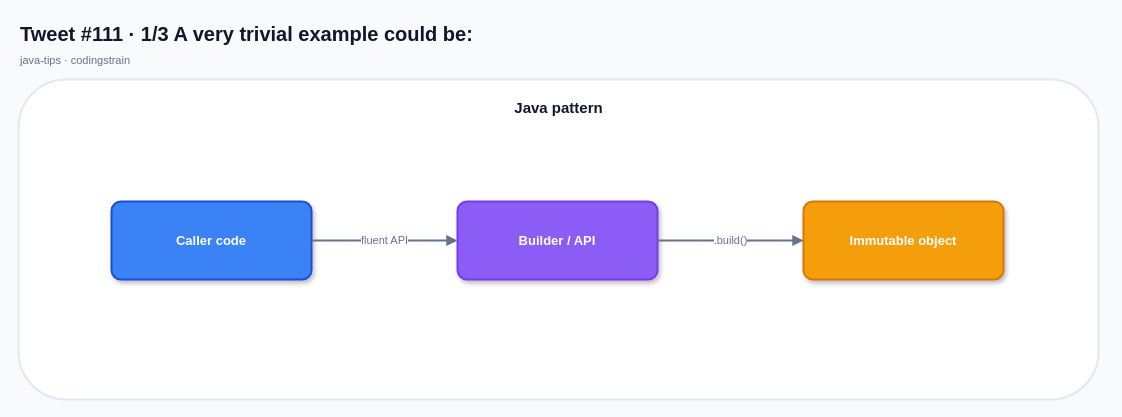
This is x-posts-examples/generated-x-posts/java-posts/drawio/tweet-111.drawio from mcasari/codingstrain, a draw.io file, before an edit. Source tidied: cells renumbered, new cells numbered last; positions are measured from the earlier drawing's top-left corner, leaving out a move shared by most shapes. Both pictures are drawn from the tidied source at 100%, with x=0, y=0 at pixel (18, 17).
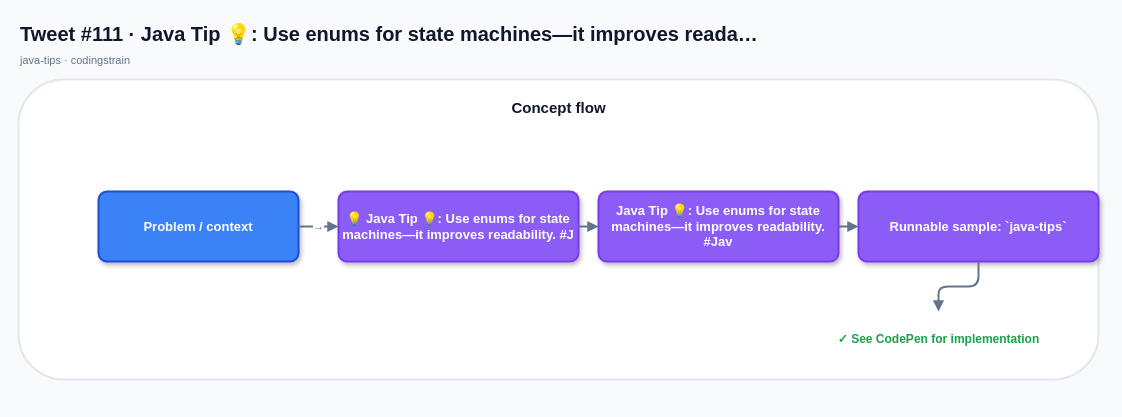
The same diagram, later.

What changed in the source:
```diff
@@
 <mxGraphModel background="#F8FAFC">
   <root>
     <mxCell id="0" />
     <mxCell id="1" parent="0" />
-    <mxCell id="2" value="Tweet #111 · 1/3 A very trivial example could be:" style="text;html=1;strokeColor=none;fillColor=none;align=left;verticalAlign=middle;fontSize=20;fontStyle=1;fontColor=#0F172A;" parent="1" vertex="1">
+    <mxCell id="2" value="Tweet #111 · Java Tip 💡: Use enums for state machines—it improves reada…" style="text;html=1;strokeColor=none;fillColor=none;align=left;verticalAlign=middle;fontSize=20;fontStyle=1;fontColor=#0F172A;" parent="1" vertex="1">
       <mxGeometry width="760" height="32" as="geometry" />
     </mxCell>
     <mxCell id="3" value="java-tips · codingstrain" style="text;html=1;strokeColor=none;fillColor=none;align=left;verticalAlign=middle;fontSize=11;fontStyle=0;fontColor=#64748B;" parent="1" vertex="1">
       <mxGeometry y="32" width="520" height="22" as="geometry" />
     </mxCell>
     <mxCell id="4" style="rounded=1;fillColor=#FFFFFF;strokeColor=#E2E8F0;strokeWidth=2;shadow=0;" parent="1" vertex="1">
-      <mxGeometry y="62" width="1080" height="320" as="geometry" />
+      <mxGeometry y="62" width="1080" height="300" as="geometry" />
     </mxCell>
-    <mxCell id="5" value="Java pattern" style="text;html=1;strokeColor=none;fillColor=none;align=center;verticalAlign=middle;fontSize=15;fontStyle=1;fontColor=#0F172A;" parent="1" vertex="1">
+    <mxCell id="5" value="Concept flow" style="text;html=1;strokeColor=none;fillColor=none;align=center;verticalAlign=middle;fontSize=15;fontStyle=1;fontColor=#0F172A;" parent="1" vertex="1">
       <mxGeometry x="20" y="76" width="1040" height="28" as="geometry" />
     </mxCell>
-    <mxCell id="6" value="Caller code" style="rounded=1;whiteSpace=wrap;html=1;arcSize=12;fillColor=#3B82F6;strokeColor=#1D4ED8;strokeWidth=2;fontColor=#FFFFFF;fontSize=13;fontStyle=1;shadow=1;align=center;verticalAlign=middle;" parent="1" vertex="1">
-      <mxGeometry x="93" y="184" width="200" height="78" as="geometry" />
+    <mxCell id="6" value="Problem / context" style="rounded=1;whiteSpace=wrap;html=1;arcSize=12;fillColor=#3B82F6;strokeColor=#1D4ED8;strokeWidth=2;fontColor=#FFFFFF;fontSize=13;fontStyle=1;shadow=1;align=center;verticalAlign=middle;" parent="1" vertex="1">
+      <mxGeometry x="80" y="174" width="200" height="70" as="geometry" />
     </mxCell>
-    <mxCell id="7" value="Builder / API" style="rounded=1;whiteSpace=wrap;html=1;arcSize=12;fillColor=#8B5CF6;strokeColor=#7C3AED;strokeWidth=2;fontColor=#FFFFFF;fontSize=13;fontStyle=1;shadow=1;align=center;verticalAlign=middle;" parent="1" vertex="1">
-      <mxGeometry x="439" y="184" width="200" height="78" as="geometry" />
+    <mxCell id="7" value="💡 Java Tip 💡: Use enums for state machines—it improves readability. #J" style="rounded=1;whiteSpace=wrap;html=1;arcSize=12;fillColor=#8B5CF6;strokeColor=#7C3AED;strokeWidth=2;fontColor=#FFFFFF;fontSize=13;fontStyle=1;shadow=1;align=center;verticalAlign=middle;" parent="1" vertex="1">
+      <mxGeometry x="320" y="174" width="240" height="70" as="geometry" />
     </mxCell>
-    <mxCell id="8" value="Immutable object" style="rounded=1;whiteSpace=wrap;html=1;arcSize=12;fillColor=#F59E0B;strokeColor=#D97706;strokeWidth=2;fontColor=#FFFFFF;fontSize=13;fontStyle=1;shadow=1;align=center;verticalAlign=middle;" parent="1" vertex="1">
-      <mxGeometry x="785" y="184" width="200" height="78" as="geometry" />
+    <mxCell id="8" value="→" style="edgeStyle=orthogonalEdgeStyle;rounded=1;jettySize=auto;html=1;endArrow=block;endFill=1;startArrow=none;strokeColor=#64748B;strokeWidth=2;fontColor=#64748B;fontSize=11;" parent="1" edge="1" source="6" target="7">
+      <mxGeometry relative="1" as="geometry" />
     </mxCell>
-    <mxCell id="9" value="fluent API" style="edgeStyle=orthogonalEdgeStyle;rounded=1;jettySize=auto;html=1;endArrow=block;endFill=1;startArrow=none;strokeColor=#64748B;strokeWidth=2;fontColor=#64748B;fontSize=11;" parent="1" edge="1" source="6" target="7">
-      <mxGeometry relative="1" as="geometry" />
+    <mxCell id="9" value="Java Tip 💡: Use enums for state machines—it improves readability. #Jav" style="rounded=1;whiteSpace=wrap;html=1;arcSize=12;fillColor=#8B5CF6;strokeColor=#7C3AED;strokeWidth=2;fontColor=#FFFFFF;fontSize=13;fontStyle=1;shadow=1;align=center;verticalAlign=middle;" parent="1" vertex="1">
+      <mxGeometry x="580" y="174" width="240" height="70" as="geometry" />
     </mxCell>
-    <mxCell id="10" value=".build()" style="edgeStyle=orthogonalEdgeStyle;rounded=1;jettySize=auto;html=1;endArrow=block;endFill=1;startArrow=none;strokeColor=#64748B;strokeWidth=2;fontColor=#64748B;fontSize=11;" parent="1" edge="1" source="7" target="8">
+    <mxCell id="10" style="edgeStyle=orthogonalEdgeStyle;rounded=1;jettySize=auto;html=1;endArrow=block;endFill=1;startArrow=none;strokeColor=#64748B;strokeWidth=2;fontColor=#64748B;fontSize=11;" parent="1" edge="1" source="7" target="9">
       <mxGeometry relative="1" as="geometry" />
     </mxCell>
+    <mxCell id="11" value="Runnable sample: `java-tips`" style="rounded=1;whiteSpace=wrap;html=1;arcSize=12;fillColor=#8B5CF6;strokeColor=#7C3AED;strokeWidth=2;fontColor=#FFFFFF;fontSize=13;fontStyle=1;shadow=1;align=center;verticalAlign=middle;" parent="1" vertex="1">
+      <mxGeometry x="840" y="174" width="240" height="70" as="geometry" />
+    </mxCell>
+    <mxCell id="12" style="edgeStyle=orthogonalEdgeStyle;rounded=1;jettySize=auto;html=1;endArrow=block;endFill=1;startArrow=none;strokeColor=#64748B;strokeWidth=2;fontColor=#64748B;fontSize=11;" parent="1" edge="1" source="9" target="11">
+      <mxGeometry relative="1" as="geometry" />
+    </mxCell>
+    <mxCell id="13" value="✓ See CodePen for implementation" style="text;html=1;strokeColor=none;fillColor=none;align=center;verticalAlign=middle;fontSize=12;fontStyle=1;fontColor=#16A34A;" parent="1" vertex="1">
+      <mxGeometry x="800" y="294" width="240" height="56" as="geometry" />
+    </mxCell>
+    <mxCell id="14" style="edgeStyle=orthogonalEdgeStyle;rounded=1;jettySize=auto;html=1;endArrow=block;endFill=1;startArrow=none;strokeColor=#64748B;strokeWidth=2;fontColor=#64748B;fontSize=11;" parent="1" edge="1" source="11" target="13">
+      <mxGeometry relative="1" as="geometry" />
+    </mxCell>
   </root>
 </mxGraphModel>
```
